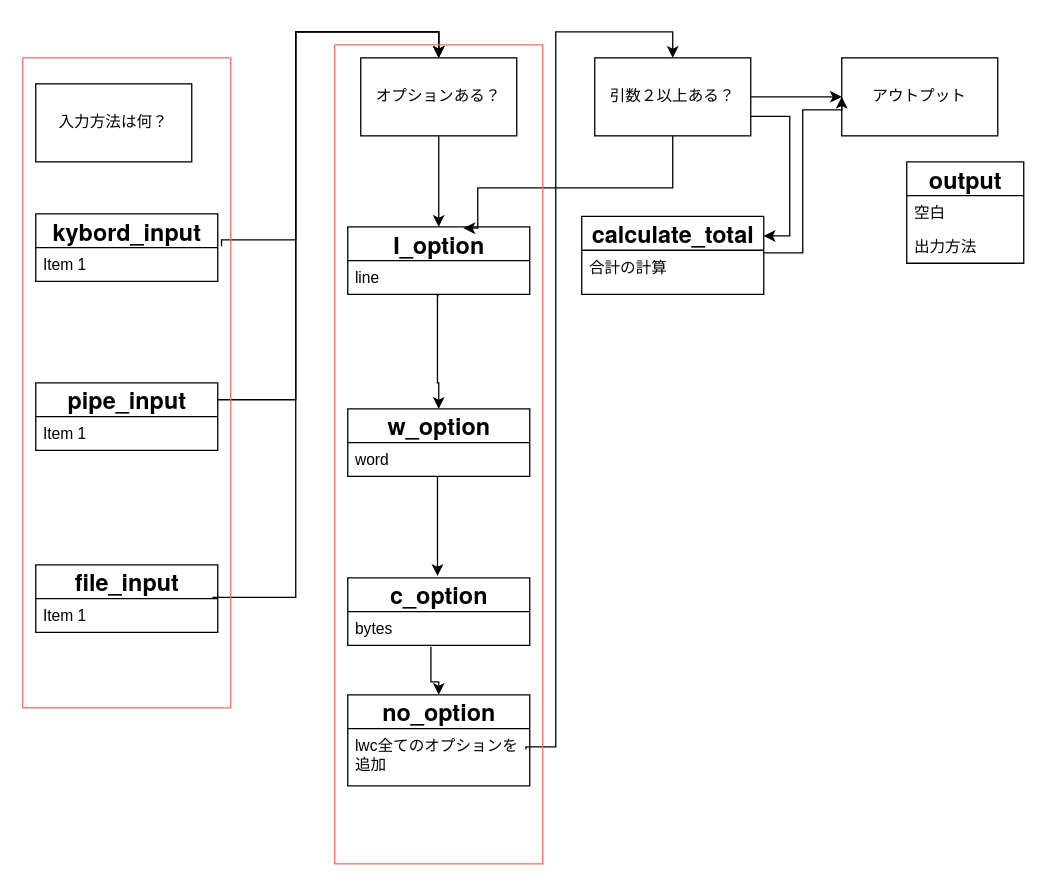
The draw.io diagram wcコマンド.drawio in namacosansan/ER, before the edit. Source tidied: cells renumbered, new cells numbered last; positions are measured from the earlier drawing's top-left corner, leaving out a move shared by most shapes. Both pictures are drawn from the tidied source at 130%, with x=0, y=0 at pixel (22, 31).
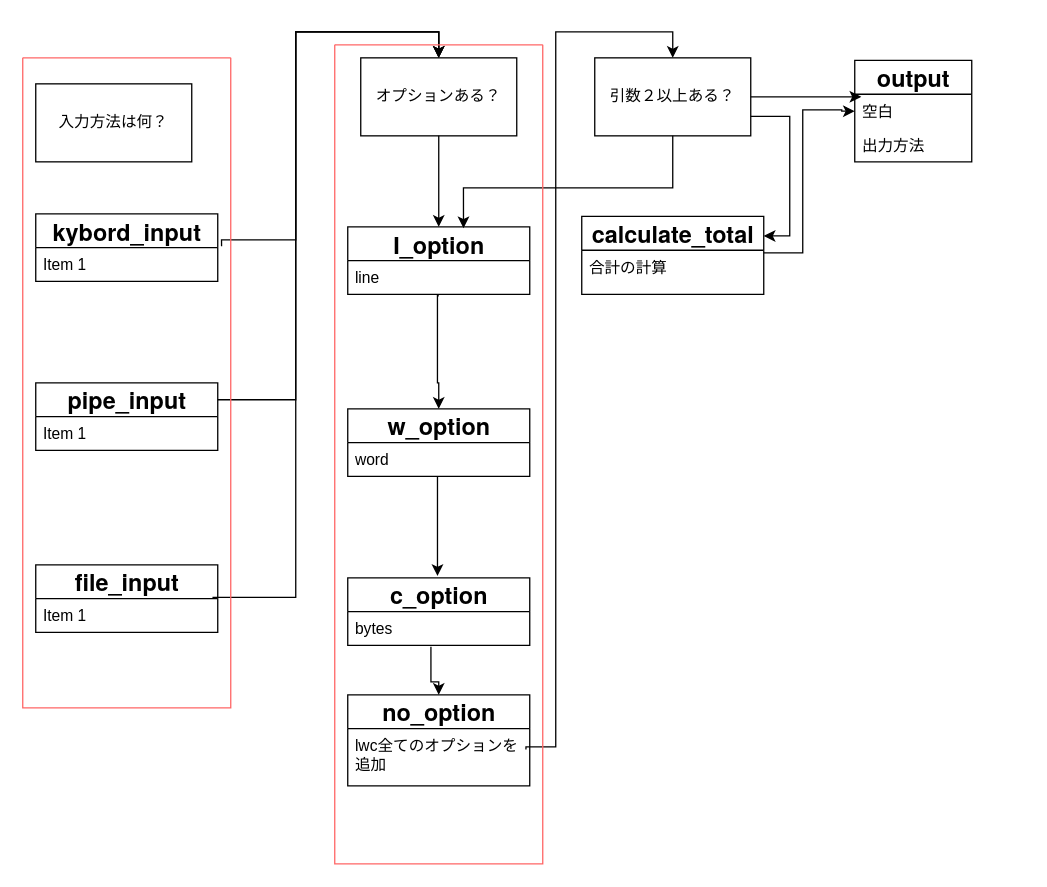
After the change.

Commit message (it also covers changes not shown here):
wcコマンド.drawio を更新します

Unchanged cells that the change refers to:
```xml
<mxCell id="13" value="&lt;p style=&quot;margin: 0px; font-variant-numeric: normal; font-variant-east-asian: normal; font-variant-alternates: normal; font-size-adjust: none; font-kerning: auto; font-optical-sizing: auto; font-feature-settings: normal; font-variation-settings: normal; font-variant-position: normal; font-variant-emoji: normal; font-stretch: normal; font-size: 18px; line-height: normal; font-family: &amp;quot;Helvetica Neue&amp;quot;; text-align: start; text-wrap-mode: wrap;&quot; class=&quot;p1&quot;&gt;&lt;b&gt;I_&lt;/b&gt;&lt;b style=&quot;background-color: transparent; color: light-dark(rgb(0, 0, 0), rgb(255, 255, 255));&quot;&gt;option&lt;/b&gt;&lt;/p&gt;" style="swimlane;fontStyle=0;horizontal=1;startSize=26;fillColor=none;html=1;" parent="1" vertex="1">
  <mxGeometry x="250" y="150" width="140" height="52" as="geometry" />
</mxCell>
<mxCell id="21" value="引数２以上ある？" style="whiteSpace=wrap;html=1;align=center;newEdgeStyle={&quot;edgeStyle&quot;:&quot;elbowEdgeStyle&quot;,&quot;startArrow&quot;:&quot;none&quot;,&quot;endArrow&quot;:&quot;none&quot;};" parent="1" vertex="1">
  <mxGeometry x="440" y="20" width="120" height="60" as="geometry" />
</mxCell>
<mxCell id="24" value="合計の計算" style="text;strokeColor=none;fillColor=none;align=left;verticalAlign=top;spacingLeft=4;spacingRight=4;overflow=hidden;points=[[0,0.5],[1,0.5]];portConstraint=eastwest;whiteSpace=wrap;html=1;" parent="23" vertex="1">
  <mxGeometry y="26" width="140" height="34" as="geometry" />
</mxCell>
<mxCell id="26" value="空白" style="text;strokeColor=none;fillColor=none;align=left;verticalAlign=top;spacingLeft=4;spacingRight=4;overflow=hidden;points=[[0,0.5],[1,0.5]];portConstraint=eastwest;whiteSpace=wrap;html=1;" parent="25" vertex="1">
  <mxGeometry y="26" width="90" height="26" as="geometry" />
</mxCell>
```

Diff of the diagram source:
```diff
@@
-    <mxCell id="22" value="アウトプット" style="whiteSpace=wrap;html=1;align=center;newEdgeStyle={&quot;edgeStyle&quot;:&quot;elbowEdgeStyle&quot;,&quot;startArrow&quot;:&quot;none&quot;,&quot;endArrow&quot;:&quot;none&quot;};" parent="1" vertex="1">
-      <mxGeometry x="630" y="20" width="120" height="60" as="geometry" />
-    </mxCell>
@@
     <mxCell id="25" value="&lt;p style=&quot;margin: 0px; font-variant-numeric: normal; font-variant-east-asian: normal; font-variant-alternates: normal; font-size-adjust: none; font-kerning: auto; font-optical-sizing: auto; font-feature-settings: normal; font-variation-settings: normal; font-variant-position: normal; font-variant-emoji: normal; font-stretch: normal; font-size: 18px; line-height: normal; font-family: &amp;quot;Helvetica Neue&amp;quot;; text-align: start; text-wrap-mode: wrap;&quot; class=&quot;p1&quot;&gt;&lt;b&gt;output&lt;/b&gt;&lt;/p&gt;" style="swimlane;fontStyle=0;horizontal=1;startSize=26;fillColor=none;html=1;" parent="1" vertex="1">
-      <mxGeometry x="680" y="100" width="90" height="78" as="geometry" />
+      <mxGeometry x="640" y="22" width="90" height="78" as="geometry" />
     </mxCell>
@@
     <mxCell id="32" style="edgeStyle=orthogonalEdgeStyle;rounded=0;jettySize=auto;html=1;exitX=0.5;exitY=1;exitDx=0;exitDy=0;entryX=0.636;entryY=0.019;entryDx=0;entryDy=0;entryPerimeter=0;" parent="1" edge="1" source="21" target="13">
       <mxGeometry relative="1" as="geometry">
         <Array as="points">
           <mxPoint x="500" y="120" />
-          <mxPoint x="350" y="120" />
-          <mxPoint x="350" y="151" />
+          <mxPoint x="339" y="120" />
         </Array>
       </mxGeometry>
     </mxCell>
-    <mxCell id="33" style="edgeStyle=orthogonalEdgeStyle;rounded=0;jettySize=auto;html=1;exitX=1;exitY=0.5;exitDx=0;exitDy=0;entryX=0;entryY=0.5;entryDx=0;entryDy=0;" parent="1" edge="1" source="21" target="22">
+    <mxCell id="33" style="edgeStyle=orthogonalEdgeStyle;rounded=0;jettySize=auto;html=1;exitX=1;exitY=0.5;exitDx=0;exitDy=0;entryX=0.056;entryY=0.077;entryDx=0;entryDy=0;entryPerimeter=0;" parent="1" edge="1" source="21" target="26">
       <mxGeometry relative="1" as="geometry" />
     </mxCell>
-    <mxCell id="34" style="edgeStyle=orthogonalEdgeStyle;rounded=0;jettySize=auto;html=1;exitX=1;exitY=0.059;exitDx=0;exitDy=0;entryX=0;entryY=0.5;entryDx=0;entryDy=0;exitPerimeter=0;" parent="1" edge="1" source="24" target="22">
+    <mxCell id="34" style="edgeStyle=orthogonalEdgeStyle;rounded=0;jettySize=auto;html=1;exitX=1;exitY=0.059;exitDx=0;exitDy=0;entryX=0;entryY=0.5;entryDx=0;entryDy=0;exitPerimeter=0;" parent="1" edge="1" source="24" target="26">
       <mxGeometry relative="1" as="geometry">
         <Array as="points">
           <mxPoint x="600" y="170" />
           <mxPoint x="600" y="60" />
           <mxPoint x="630" y="60" />
+          <mxPoint x="630" y="61" />
         </Array>
       </mxGeometry>
     </mxCell>
@@
-    <mxCell id="37" style="edgeStyle=elbowEdgeStyle;rounded=0;orthogonalLoop=1;jettySize=auto;html=1;startArrow=none;endArrow=none;exitX=1;exitY=0.5;exitDx=0;exitDy=0;" parent="1" edge="1" source="22" target="22">
-      <mxGeometry relative="1" as="geometry" />
+    <mxCell id="37" style="edgeStyle=elbowEdgeStyle;rounded=0;orthogonalLoop=1;jettySize=auto;html=1;startArrow=none;endArrow=none;exitX=1;exitY=0.5;exitDx=0;exitDy=0;" parent="1" edge="1">
+      <mxGeometry relative="1" as="geometry">
+        <mxPoint x="750" y="50" as="sourcePoint" />
+        <mxPoint x="750" y="50" as="targetPoint" />
+      </mxGeometry>
     </mxCell>
```
